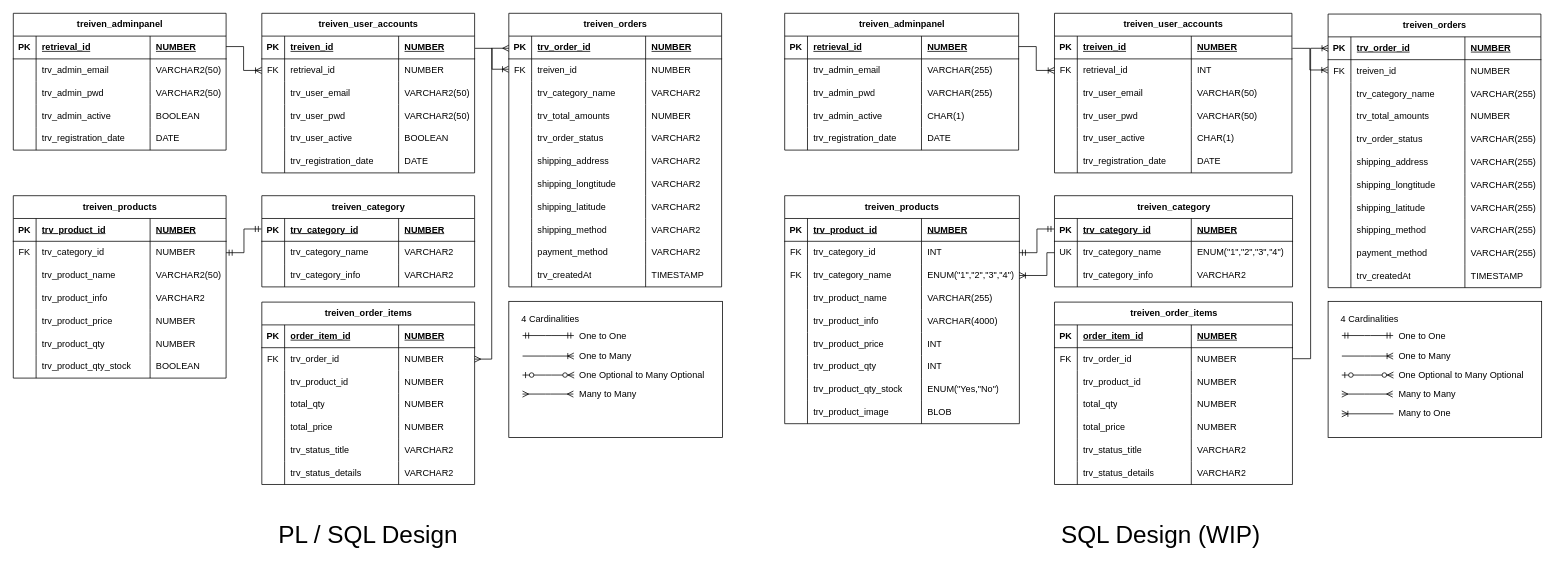
The draw.io diagram public/treiven.drawio in lash0000/im101, before the edit. Source tidied: cells renumbered, new cells numbered last; positions are measured from the earlier drawing's top-left corner, leaving out a move shared by most shapes. Both pictures are drawn from the tidied source at 76%, with x=0, y=0 at pixel (13, 13).
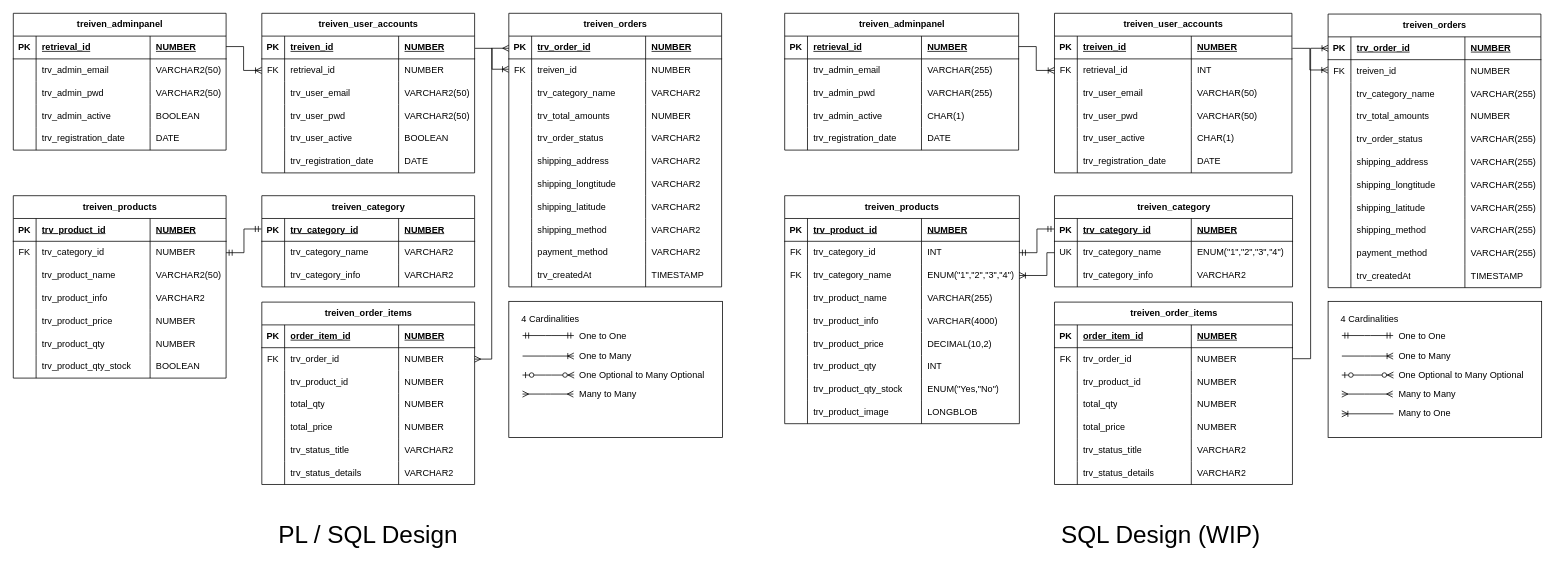
Above is the later version.

Commit message:
corrected by chatGPT

The change refers to these unchanged cells:
```xml
<mxCell id="247" style="shape=tableRow;horizontal=0;startSize=0;swimlaneHead=0;swimlaneBody=0;fillColor=none;top=0;left=0;right=0;bottom=0;" parent="226" vertex="1">
  <mxGeometry y="180" width="308.8" height="30" as="geometry" />
</mxCell>
<mxCell id="259" style="shape=tableRow;horizontal=0;startSize=0;swimlaneHead=0;swimlaneBody=0;fillColor=none;top=0;left=0;right=0;bottom=0;" parent="226" vertex="1">
  <mxGeometry y="270" width="308.8" height="30" as="geometry" />
</mxCell>
```

The edit, as a diff of the source:
```diff
@@
-    <mxCell id="250" value="INT" style="shape=partialRectangle;fillColor=none;top=0;left=0;bottom=0;right=0;align=left;spacingLeft=6;overflow=hidden;whiteSpace=wrap;html=1;" parent="247" vertex="1">
+    <mxCell id="250" value="DECIMAL(10,2)" style="shape=partialRectangle;fillColor=none;top=0;left=0;bottom=0;right=0;align=left;spacingLeft=6;overflow=hidden;whiteSpace=wrap;html=1;" parent="247" vertex="1">
       <mxGeometry x="180" width="128.8" height="30" as="geometry" />
     </mxCell>
@@
-    <mxCell id="262" value="BLOB" style="shape=partialRectangle;fillColor=none;top=0;left=0;bottom=0;right=0;align=left;spacingLeft=6;overflow=hidden;whiteSpace=wrap;html=1;" parent="259" vertex="1">
+    <mxCell id="262" value="LONGBLOB" style="shape=partialRectangle;fillColor=none;top=0;left=0;bottom=0;right=0;align=left;spacingLeft=6;overflow=hidden;whiteSpace=wrap;html=1;" parent="259" vertex="1">
       <mxGeometry x="180" width="128.8" height="30" as="geometry" />
     </mxCell>
```
